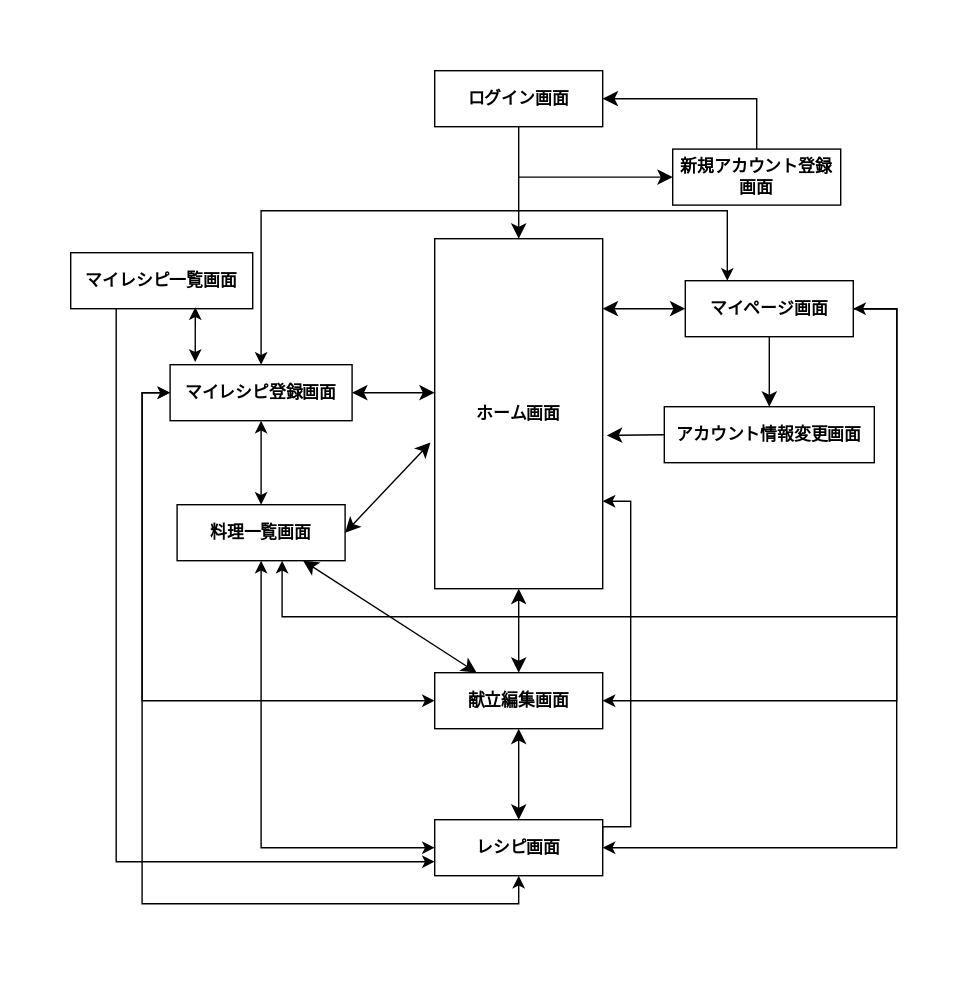
Above: pekolunch_project/media/portfolio/peko_Lunch_画面遷移図.svg in megumi-sonobe/pekolunch-login-logout (draw.io), before the change. Source tidied: cells renumbered, new cells last; positions are measured from the earlier drawing's top-left corner, leaving out a move shared by most shapes.
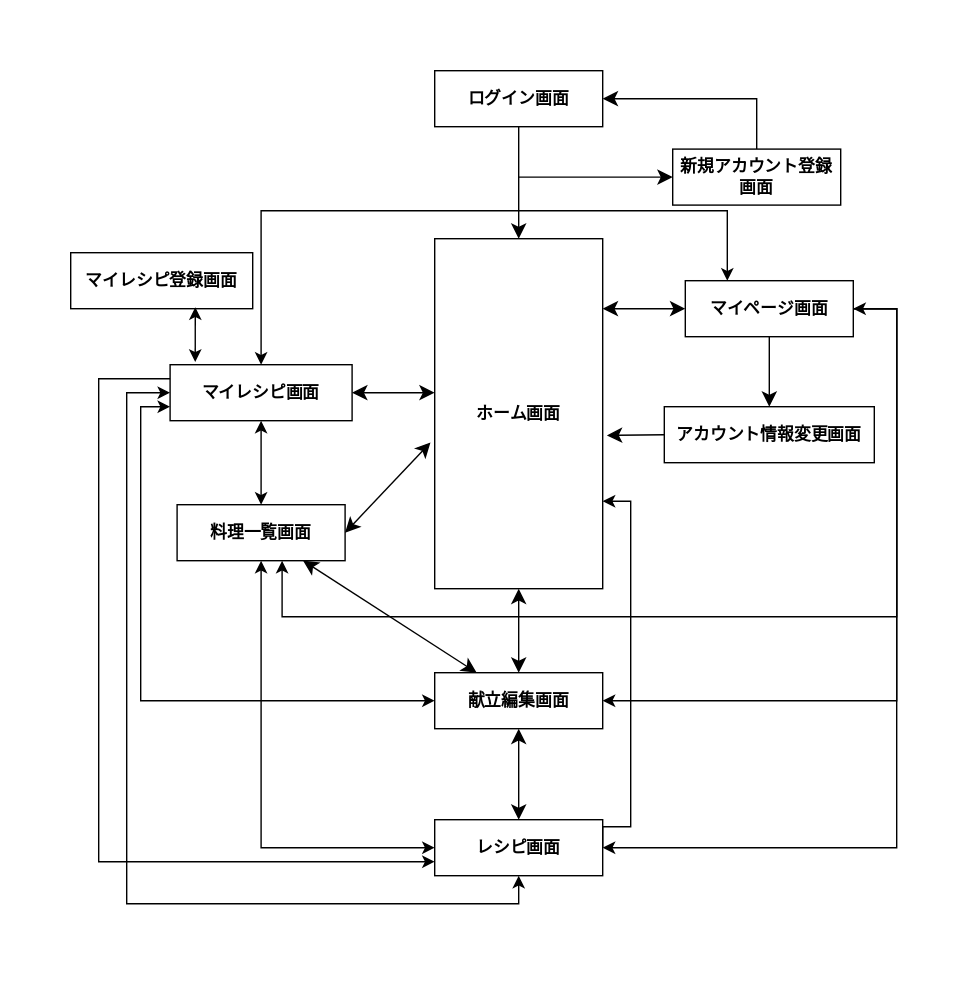
The same diagram one commit later.

The edit, as a diff of the source:
```diff
@@ -6,7 +6,13 @@
       <mxGeometry x="260" width="120" height="40" as="geometry" />
     </mxCell>
     <mxCell id="3" style="edgeStyle=orthogonalEdgeStyle;rounded=0;jettySize=auto;html=1;exitX=0.5;exitY=1;exitDx=0;exitDy=0;entryX=0;entryY=0.5;entryDx=0;entryDy=0;startArrow=classic;startFill=1;" parent="1" edge="1" source="5" target="18">
-      <mxGeometry relative="1" as="geometry" />
+      <mxGeometry relative="1" as="geometry">
+        <Array as="points">
+          <mxPoint x="320" y="595" />
+          <mxPoint x="40" y="595" />
+          <mxPoint x="40" y="230" />
+        </Array>
+      </mxGeometry>
     </mxCell>
     <mxCell id="4" style="edgeStyle=orthogonalEdgeStyle;rounded=0;jettySize=auto;html=1;exitX=1;exitY=0.5;exitDx=0;exitDy=0;entryX=1;entryY=0.75;entryDx=0;entryDy=0;" parent="1" edge="1" source="5" target="6">
       <mxGeometry relative="1" as="geometry">
@@ -23,8 +29,13 @@
     <mxCell id="6" value="&lt;b&gt;ホーム画面&lt;/b&gt;" style="rounded=0;whiteSpace=wrap;html=1;labelBackgroundColor=none;" parent="1" vertex="1">
       <mxGeometry x="260" y="120" width="120" height="250" as="geometry" />
     </mxCell>
-    <mxCell id="7" style="edgeStyle=orthogonalEdgeStyle;rounded=0;jettySize=auto;html=1;exitX=0;exitY=0.5;exitDx=0;exitDy=0;entryX=0;entryY=0.5;entryDx=0;entryDy=0;startArrow=classic;startFill=1;" parent="1" edge="1" source="8" target="18">
-      <mxGeometry relative="1" as="geometry" />
+    <mxCell id="7" style="edgeStyle=orthogonalEdgeStyle;rounded=0;jettySize=auto;html=1;exitX=0;exitY=0.5;exitDx=0;exitDy=0;entryX=0;entryY=0.75;entryDx=0;entryDy=0;startArrow=classic;startFill=1;" parent="1" edge="1" source="8" target="18">
+      <mxGeometry relative="1" as="geometry">
+        <Array as="points">
+          <mxPoint x="50" y="450" />
+          <mxPoint x="50" y="240" />
+        </Array>
+      </mxGeometry>
     </mxCell>
     <mxCell id="8" value="&lt;b&gt;献立編集画面&lt;/b&gt;" style="rounded=0;whiteSpace=wrap;html=1;labelBackgroundColor=none;" parent="1" vertex="1">
       <mxGeometry x="260" y="430" width="120" height="40" as="geometry" />
@@ -76,7 +87,7 @@
     <mxCell id="17" style="edgeStyle=orthogonalEdgeStyle;rounded=0;jettySize=auto;html=1;exitX=0.5;exitY=1;exitDx=0;exitDy=0;entryX=0.5;entryY=0;entryDx=0;entryDy=0;startArrow=classic;startFill=1;" parent="1" edge="1" source="18" target="9">
       <mxGeometry relative="1" as="geometry" />
     </mxCell>
-    <mxCell id="18" value="&lt;b&gt;マイレシピ登録画面&lt;/b&gt;" style="rounded=0;whiteSpace=wrap;html=1;labelBackgroundColor=none;" parent="1" vertex="1">
+    <mxCell id="18" value="&lt;b&gt;マイレシピ画面&lt;/b&gt;" style="rounded=0;whiteSpace=wrap;html=1;labelBackgroundColor=none;" parent="1" vertex="1">
       <mxGeometry x="71" y="210" width="130" height="40" as="geometry" />
     </mxCell>
     <mxCell id="19" style="endArrow=classic;html=1;rounded=0;fontSize=12;startSize=8;endSize=8;curved=1;labelBackgroundColor=none;fontColor=default;" parent="1" edge="1" source="2" target="6">
@@ -128,10 +139,15 @@
         </Array>
       </mxGeometry>
     </mxCell>
-    <mxCell id="30" style="edgeStyle=orthogonalEdgeStyle;rounded=0;jettySize=auto;html=1;exitX=0.25;exitY=1;exitDx=0;exitDy=0;entryX=0;entryY=0.75;entryDx=0;entryDy=0;" parent="1" edge="1" source="31" target="5">
-      <mxGeometry relative="1" as="geometry" />
+    <mxCell id="30" style="edgeStyle=orthogonalEdgeStyle;rounded=0;jettySize=auto;html=1;exitX=0;exitY=0.25;exitDx=0;exitDy=0;entryX=0;entryY=0.75;entryDx=0;entryDy=0;" parent="1" edge="1" source="18" target="5">
+      <mxGeometry relative="1" as="geometry">
+        <Array as="points">
+          <mxPoint x="20" y="220" />
+          <mxPoint x="20" y="565" />
+        </Array>
+      </mxGeometry>
     </mxCell>
-    <mxCell id="31" value="&lt;b&gt;マイレシピ一覧画面&lt;/b&gt;" style="rounded=0;whiteSpace=wrap;html=1;labelBackgroundColor=none;" parent="1" vertex="1">
+    <mxCell id="31" value="&lt;b&gt;マイレシピ登録&lt;/b&gt;&lt;b style=&quot;background-color: initial;&quot;&gt;画面&lt;/b&gt;" style="rounded=0;whiteSpace=wrap;html=1;labelBackgroundColor=none;" parent="1" vertex="1">
       <mxGeometry y="130" width="130" height="40" as="geometry" />
     </mxCell>
     <mxCell id="32" style="edgeStyle=orthogonalEdgeStyle;rounded=0;jettySize=auto;html=1;exitX=0.5;exitY=1;exitDx=0;exitDy=0;startArrow=classic;startFill=1;entryX=0.138;entryY=-0.05;entryDx=0;entryDy=0;entryPerimeter=0;" parent="1" edge="1" target="18">
```
